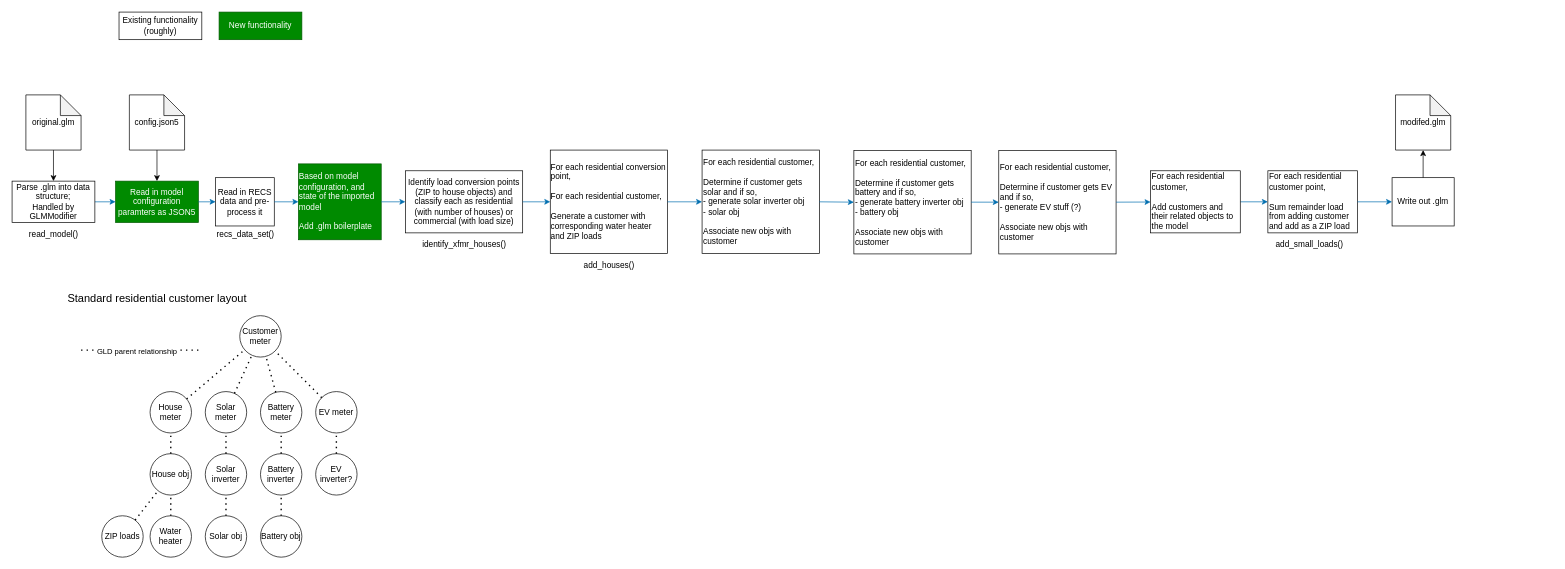
This is doc/design/feeder_generator/feeder_population_flowchart.drawio from pnnl/tesp, a draw.io file, before an edit. Source tidied: cells renumbered, new cells numbered last; positions are measured from the earlier drawing's top-left corner, leaving out a move shared by most shapes. Both pictures are drawn from the tidied source at 69%, with x=0, y=0 at pixel (12, 12).
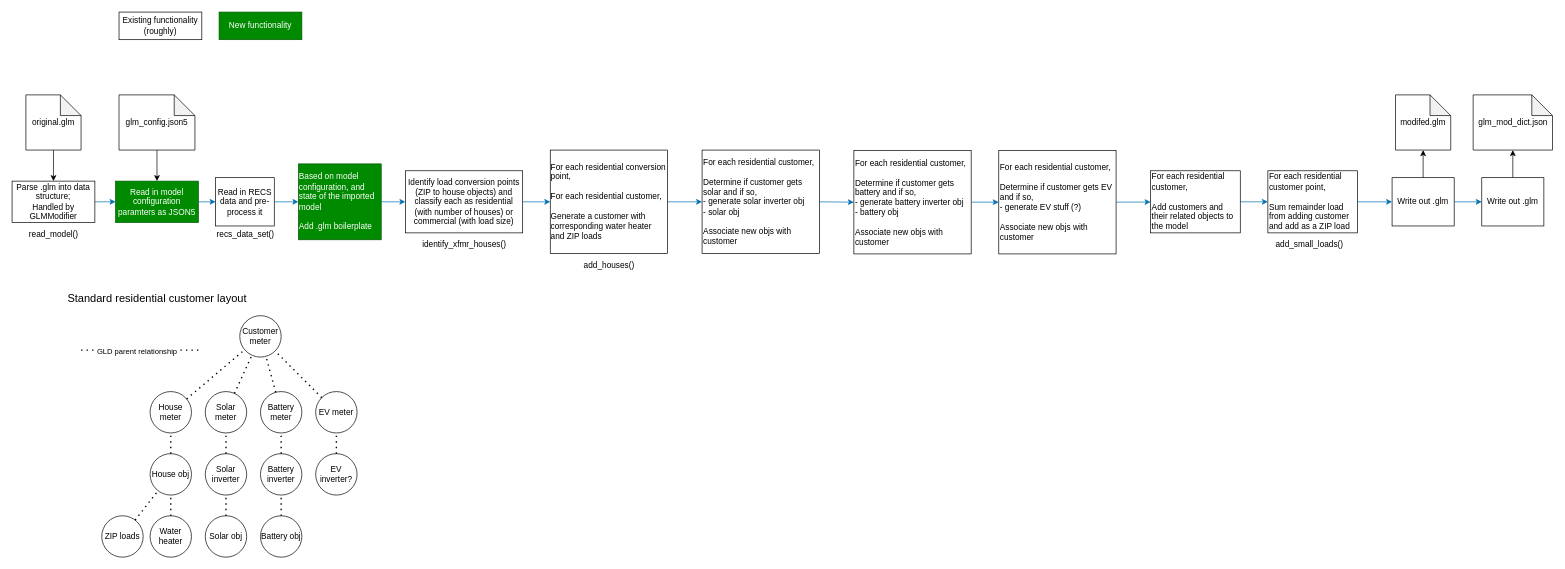
After the change.

Commit message (it also covers changes not shown here):
Update example input and output config files

Unchanged cells that the change refers to:
```xml
<mxCell id="8" value="Write out .glm" style="rounded=0;whiteSpace=wrap;html=1;" parent="1" vertex="1">
  <mxGeometry x="2000" y="240" width="90" height="70" as="geometry" />
</mxCell>
<mxCell id="16" value="For each residential customer point,&lt;br&gt;&lt;br&gt;&lt;div style=&quot;&quot;&gt;&lt;span style=&quot;background-color: initial;&quot;&gt;Sum remainder load from adding customer and add as a ZIP load&lt;/span&gt;&lt;/div&gt;" style="rounded=0;whiteSpace=wrap;html=1;align=left;" parent="1" vertex="1">
  <mxGeometry x="1820" y="230" width="130" height="90" as="geometry" />
</mxCell>
```

The edit, as a diff of the source:
```diff
@@
-    <mxCell id="14" value="config.json5" style="shape=note;whiteSpace=wrap;html=1;backgroundOutline=1;darkOpacity=0.05;" parent="1" vertex="1">
-      <mxGeometry x="170" y="120" width="80" height="80" as="geometry" />
+    <mxCell id="14" value="glm_config.json5" style="shape=note;whiteSpace=wrap;html=1;backgroundOutline=1;darkOpacity=0.05;" parent="1" vertex="1">
+      <mxGeometry x="155" y="120" width="110" height="80" as="geometry" />
     </mxCell>
@@
-    <mxCell id="65" style="edgeStyle=none;html=1;fillColor=#1ba1e2;strokeColor=#006EAF;" parent="1" edge="1" source="16" target="8">
-      <mxGeometry relative="1" as="geometry" />
+    <mxCell id="65" style="edgeStyle=none;html=1;fillColor=#1ba1e2;strokeColor=#006EAF;" parent="1" edge="1" target="8">
+      <mxGeometry relative="1" as="geometry">
+        <mxPoint x="1950" y="275" as="sourcePoint" />
+      </mxGeometry>
     </mxCell>
+    <mxCell id="66" style="edgeStyle=none;html=1;entryX=0.5;entryY=1;entryDx=0;entryDy=0;entryPerimeter=0;" parent="1" edge="1" source="67" target="69">
+      <mxGeometry relative="1" as="geometry" />
+    </mxCell>
+    <mxCell id="67" value="Write out .glm" style="rounded=0;whiteSpace=wrap;html=1;" parent="1" vertex="1">
+      <mxGeometry x="2130" y="240" width="90" height="70" as="geometry" />
+    </mxCell>
+    <mxCell id="68" style="edgeStyle=none;html=1;fillColor=#1ba1e2;strokeColor=#006EAF;exitX=1;exitY=0.5;exitDx=0;exitDy=0;" parent="1" edge="1" source="8" target="67">
+      <mxGeometry relative="1" as="geometry" />
+    </mxCell>
+    <mxCell id="69" value="glm_mod_dict.json" style="shape=note;whiteSpace=wrap;html=1;backgroundOutline=1;darkOpacity=0.05;" parent="1" vertex="1">
+      <mxGeometry x="2117.5" y="120" width="115" height="80" as="geometry" />
+    </mxCell>
```
